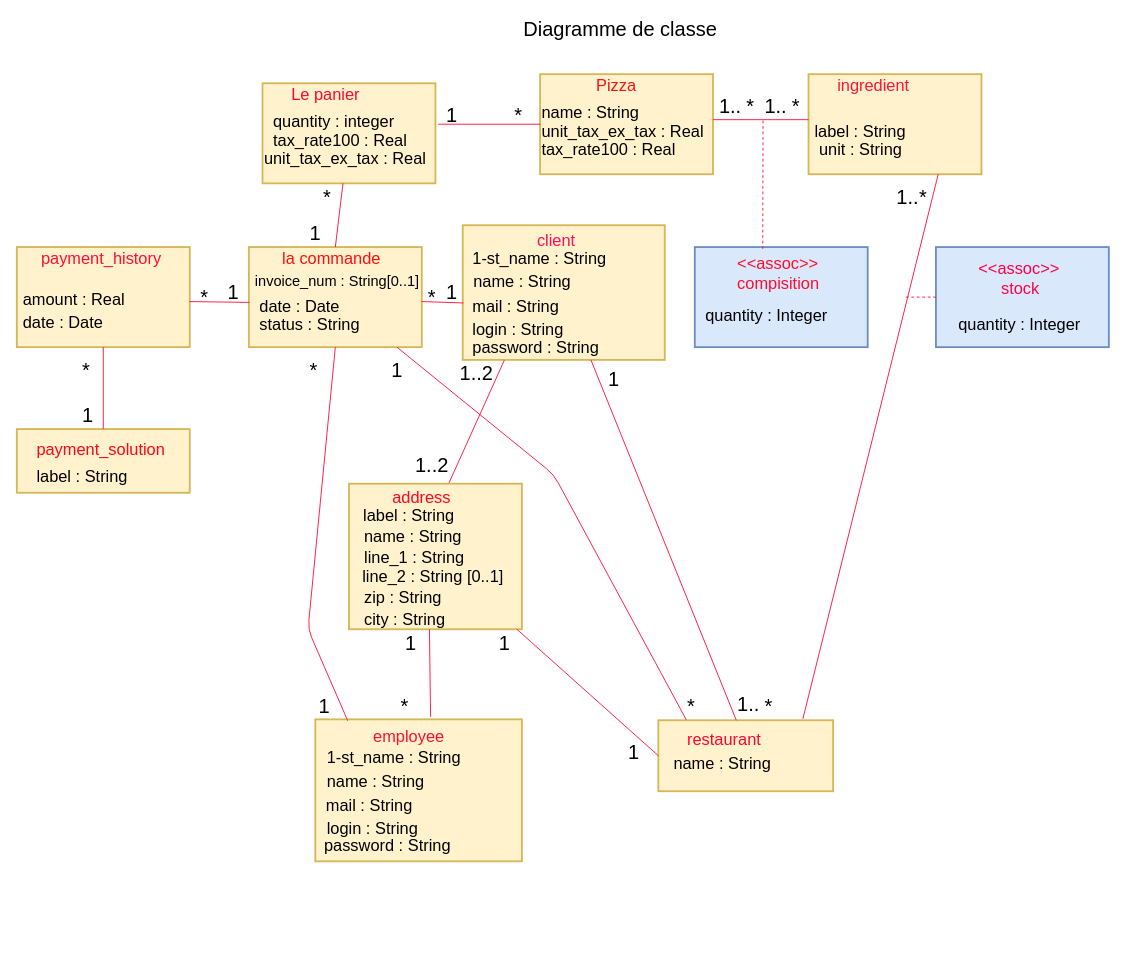
Before: Diagramme sans nom.drawio in stan-dimitrov/OC-project6-Concevez-la-solution-technique-d-un-syst-me-de-gestion-de-pizzeria, a draw.io diagram. Source tidied: cells renumbered, new cells numbered last; positions are measured from the earlier drawing's top-left corner, leaving out a move shared by most shapes. Both pictures are drawn from the tidied source at 91%, with x=0, y=0 at pixel (16, 15).
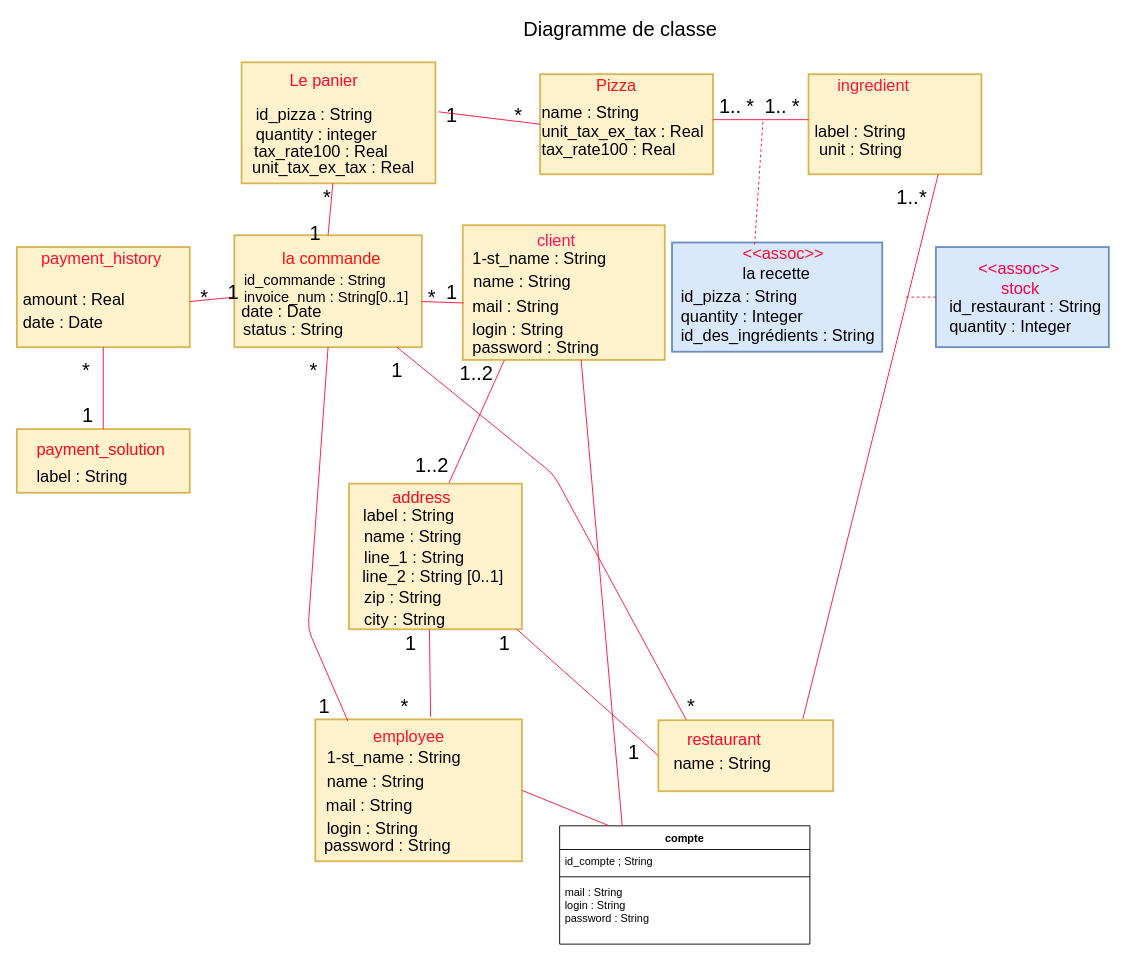
After the change.

Commit message:
Mettre à jour Diagramme sans nom.drawio

Unchanged cells that the change refers to:
```xml
<mxCell id="8" style="rounded=0;whiteSpace=wrap;html=1;strokeWidth=2;fillColor=#fff2cc;strokeColor=#d6b656;" parent="1" vertex="1">
  <mxGeometry x="490" y="230" width="222" height="148" as="geometry" />
</mxCell>
<mxCell id="13" style="rounded=0;whiteSpace=wrap;html=1;strokeWidth=2;fillColor=#fff2cc;strokeColor=#d6b656;" parent="1" vertex="1">
  <mxGeometry x="328" y="773" width="227" height="156" as="geometry" />
</mxCell>
<mxCell id="14" style="rounded=0;whiteSpace=wrap;html=1;strokeWidth=2;fillColor=#fff2cc;strokeColor=#d6b656;" parent="1" vertex="1">
  <mxGeometry x="705" y="774" width="192" height="78" as="geometry" />
</mxCell>
```

Change to the diagram source:
```diff
@@
     <mxCell id="3" style="rounded=0;whiteSpace=wrap;html=1;strokeWidth=2;fillColor=#fff2cc;strokeColor=#d6b656;" parent="1" vertex="1">
-      <mxGeometry x="270" y="74" width="190" height="110" as="geometry" />
+      <mxGeometry x="247" y="51" width="213" height="133" as="geometry" />
     </mxCell>
@@
     <mxCell id="7" style="rounded=0;whiteSpace=wrap;html=1;strokeWidth=2;fillColor=#fff2cc;strokeColor=#d6b656;" parent="1" vertex="1">
-      <mxGeometry x="255" y="254" width="190" height="110" as="geometry" />
+      <mxGeometry x="239" y="241" width="206" height="123" as="geometry" />
     </mxCell>
@@
     <mxCell id="9" style="rounded=0;whiteSpace=wrap;html=1;strokeWidth=2;fillColor=#dae8fc;strokeColor=#6c8ebf;" parent="1" vertex="1">
-      <mxGeometry x="745" y="254" width="190" height="110" as="geometry" />
+      <mxGeometry x="720" y="249" width="231" height="120" as="geometry" />
     </mxCell>
@@
-    <mxCell id="23" style="endArrow=none;html=1;strokeColor=#FF0F37;exitX=0.446;exitY=0;exitDx=0;exitDy=0;exitPerimeter=0;" parent="1" edge="1" source="14" target="8">
-      <mxGeometry relative="1" as="geometry" />
-    </mxCell>
@@
-    <mxCell id="45" value="&lt;font style=&quot;font-size: 22px&quot;&gt;1&lt;/font&gt;" style="text;html=1;align=left;verticalAlign=top;spacingTop=-4;" parent="1" vertex="1">
-      <mxGeometry x="648" y="384" width="30" height="20" as="geometry" />
-    </mxCell>
@@
-    <mxCell id="50" value="&lt;font style=&quot;font-size: 22px&quot;&gt;1..&lt;/font&gt;" style="text;html=1;align=left;verticalAlign=top;spacingTop=-4;" parent="1" vertex="1">
-      <mxGeometry x="789.5" y="741" width="40" height="20" as="geometry" />
-    </mxCell>
-    <mxCell id="51" value="&lt;font style=&quot;font-size: 22px&quot;&gt;*&lt;/font&gt;" style="text;html=1;align=left;verticalAlign=top;spacingTop=-4;" parent="1" vertex="1">
-      <mxGeometry x="820" y="744" width="20" height="20" as="geometry" />
-    </mxCell>
@@
     <mxCell id="56" value="&lt;font style=&quot;font-size: 18px&quot; color=&quot;#ff052f&quot;&gt;Le panier&lt;/font&gt;" style="text;html=1;align=left;verticalAlign=top;spacingTop=-4;" parent="1" vertex="1">
-      <mxGeometry x="300" y="74" width="85" height="15" as="geometry" />
+      <mxGeometry x="297.5" y="59" width="85" height="15" as="geometry" />
     </mxCell>
-    <mxCell id="57" value="&lt;font style=&quot;font-size: 18px&quot;&gt;quantity : integer&lt;/font&gt;" style="text;html=1;align=left;verticalAlign=top;spacingTop=-4;" parent="1" vertex="1">
-      <mxGeometry x="280" y="104" width="150" height="20" as="geometry" />
+    <mxCell id="57" value="&lt;font style=&quot;font-size: 18px&quot;&gt;id_pizza : String&lt;br&gt;quantity : integer&lt;/font&gt;" style="text;html=1;align=left;verticalAlign=top;spacingTop=-4;" parent="1" vertex="1">
+      <mxGeometry x="260.5" y="95.5" width="143" height="32" as="geometry" />
     </mxCell>
     <mxCell id="58" value="&lt;font style=&quot;font-size: 18px&quot;&gt;tax_rate100 : Real&lt;/font&gt;" style="text;html=1;align=left;verticalAlign=top;spacingTop=-4;" parent="1" vertex="1">
-      <mxGeometry x="280" y="124" width="160" height="20" as="geometry" />
+      <mxGeometry x="259" y="136.5" width="160" height="20" as="geometry" />
     </mxCell>
     <mxCell id="59" value="&lt;font style=&quot;font-size: 18px&quot;&gt;unit_tax_ex_tax : Real&lt;/font&gt;" style="text;html=1;align=left;verticalAlign=top;spacingTop=-4;" parent="1" vertex="1">
-      <mxGeometry x="270" y="144" width="190" height="20" as="geometry" />
+      <mxGeometry x="256.5" y="154" width="190" height="20" as="geometry" />
     </mxCell>
@@
-    <mxCell id="73" value="&lt;font style=&quot;font-size: 16px&quot;&gt;invoice_num : String[0..1]&lt;/font&gt;" style="text;html=1;align=left;verticalAlign=top;spacingTop=-4;" parent="1" vertex="1">
-      <mxGeometry x="260" y="279" width="200" height="20" as="geometry" />
+    <mxCell id="73" value="&lt;font style=&quot;font-size: 16px&quot;&gt;id_commande : String&lt;br&gt;invoice_num : String[0..1]&lt;/font&gt;" style="text;html=1;align=left;verticalAlign=top;spacingTop=-4;" parent="1" vertex="1">
+      <mxGeometry x="248" y="277.5" width="191" height="30" as="geometry" />
     </mxCell>
     <mxCell id="74" value="&lt;font style=&quot;font-size: 18px&quot;&gt;date : Date&lt;/font&gt;" style="text;html=1;align=left;verticalAlign=top;spacingTop=-4;" parent="1" vertex="1">
-      <mxGeometry x="265" y="306.5" width="100" height="20" as="geometry" />
+      <mxGeometry x="245" y="311.5" width="100" height="20" as="geometry" />
     </mxCell>
     <mxCell id="75" value="&lt;font style=&quot;font-size: 18px&quot;&gt;status : String&lt;/font&gt;" style="text;html=1;align=left;verticalAlign=top;spacingTop=-4;" parent="1" vertex="1">
-      <mxGeometry x="265" y="326.5" width="130" height="20" as="geometry" />
+      <mxGeometry x="247" y="331.5" width="130" height="20" as="geometry" />
     </mxCell>
@@
-    <mxCell id="82" value="&lt;span style=&quot;font-size: 18px&quot;&gt;&lt;font color=&quot;#ff0d2d&quot;&gt;&amp;lt;&amp;lt;assoc&amp;gt;&amp;gt;&lt;br&gt;compisition&lt;/font&gt;&lt;br&gt;&lt;/span&gt;" style="text;html=1;align=left;verticalAlign=top;spacingTop=-4;" parent="1" vertex="1">
-      <mxGeometry x="789.5" y="259.5" width="101" height="29" as="geometry" />
+    <mxCell id="82" value="&lt;span style=&quot;font-size: 18px&quot;&gt;&lt;font color=&quot;#ff0d2d&quot;&gt;&amp;lt;&amp;lt;assoc&amp;gt;&amp;gt;&lt;br&gt;&lt;/font&gt;la recette&lt;br&gt;&lt;/span&gt;" style="text;html=1;align=left;verticalAlign=top;spacingTop=-4;" parent="1" vertex="1">
+      <mxGeometry x="795.5" y="249" width="99" height="32" as="geometry" />
     </mxCell>
-    <mxCell id="83" value="&lt;font style=&quot;font-size: 18px&quot;&gt;quantity : Integer&lt;/font&gt;" style="text;html=1;align=left;verticalAlign=top;spacingTop=-4;" parent="1" vertex="1">
-      <mxGeometry x="755" y="316.5" width="145" height="15" as="geometry" />
+    <mxCell id="83" value="&lt;font style=&quot;font-size: 18px&quot;&gt;id_pizza : String&lt;br&gt;quantity : Integer&lt;br&gt;id_des_ingrédients : String&lt;br&gt;&lt;/font&gt;" style="text;html=1;align=left;verticalAlign=top;spacingTop=-4;" parent="1" vertex="1">
+      <mxGeometry x="728" y="296" width="223" height="48" as="geometry" />
     </mxCell>
@@
-    <mxCell id="85" value="&lt;font style=&quot;font-size: 18px&quot;&gt;quantity : Integer&lt;/font&gt;" style="text;html=1;align=left;verticalAlign=top;spacingTop=-4;" parent="1" vertex="1">
-      <mxGeometry x="1032.5" y="326.5" width="145" height="15" as="geometry" />
+    <mxCell id="85" value="&lt;font style=&quot;font-size: 18px&quot;&gt;id_restaurant : String&lt;br&gt;quantity : Integer&lt;/font&gt;" style="text;html=1;align=left;verticalAlign=top;spacingTop=-4;" parent="1" vertex="1">
+      <mxGeometry x="1023" y="306.5" width="177" height="32" as="geometry" />
     </mxCell>
@@
+    <mxCell id="104" value="compte" style="swimlane;fontStyle=1;align=center;verticalAlign=top;horizontal=1;startSize=26;" parent="1" vertex="1">
+      <mxGeometry x="596.5" y="890" width="275" height="130" as="geometry" />
+    </mxCell>
+    <mxCell id="105" value="id_compte ; String" style="text;strokeColor=none;fillColor=none;align=left;verticalAlign=top;spacingLeft=4;spacingRight=4;overflow=hidden;" parent="104" vertex="1">
+      <mxGeometry y="26" width="275" height="26" as="geometry" />
+    </mxCell>
+    <mxCell id="106" style="line;strokeWidth=1;fillColor=none;align=left;verticalAlign=middle;spacingTop=-1;spacingLeft=3;spacingRight=3;labelPosition=right;" parent="104" vertex="1">
+      <mxGeometry y="52" width="275" height="8" as="geometry" />
+    </mxCell>
+    <mxCell id="107" value="mail : String&#10;login : String&#10;password : String&#10;&#10;" style="text;strokeColor=none;fillColor=none;align=left;verticalAlign=top;spacingLeft=4;spacingRight=4;overflow=hidden;" parent="104" vertex="1">
+      <mxGeometry y="60" width="275" height="70" as="geometry" />
+    </mxCell>
+    <mxCell id="108" style="endArrow=none;html=1;strokeColor=#FF0F37;exitX=0.25;exitY=0;exitDx=0;exitDy=0;entryX=0.586;entryY=1;entryDx=0;entryDy=0;entryPerimeter=0;" parent="1" edge="1" source="104" target="8">
+      <mxGeometry relative="1" as="geometry" />
+    </mxCell>
+    <mxCell id="109" style="endArrow=none;html=1;strokeColor=#FF0F37;exitX=0.195;exitY=-0.003;exitDx=0;exitDy=0;exitPerimeter=0;entryX=1;entryY=0.5;entryDx=0;entryDy=0;" parent="1" edge="1" source="104" target="13">
+      <mxGeometry relative="1" as="geometry" />
+    </mxCell>
```
